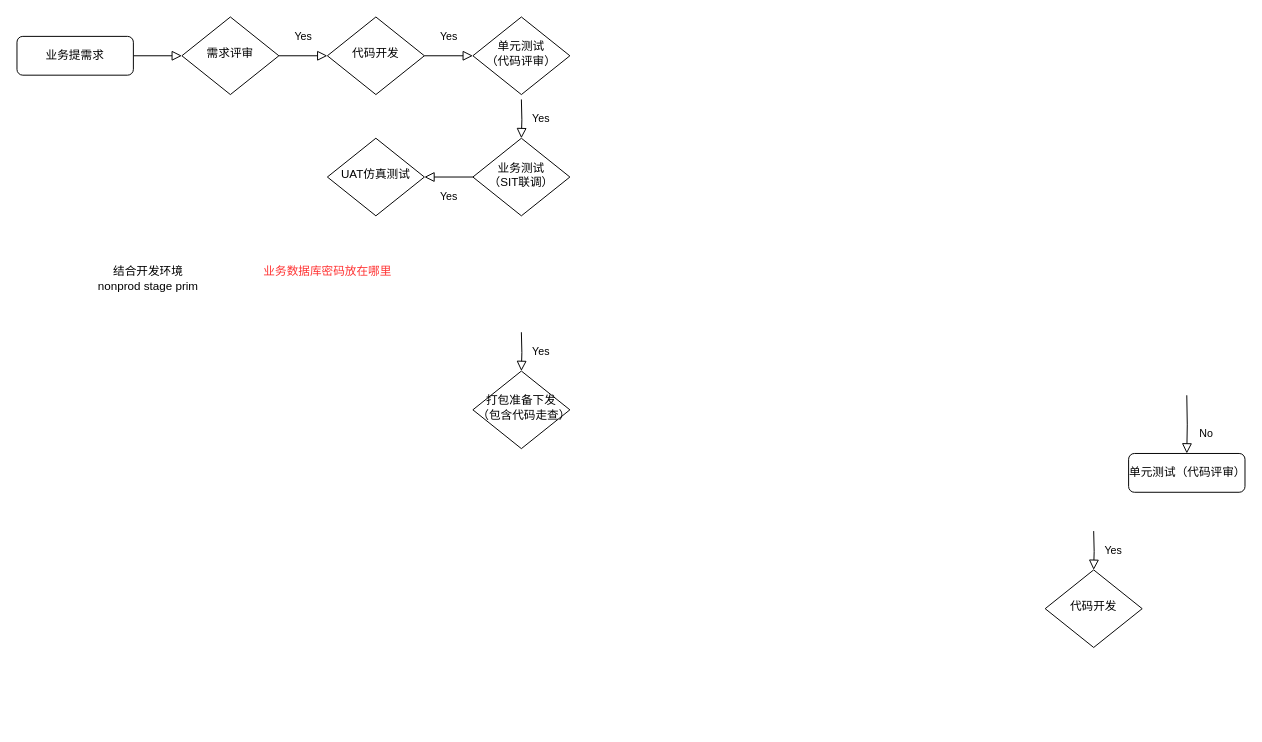
The draw.io diagram 代码上线流程/EMR实时代码上线流程.drawio in JonStarkdu/drawio, before the edit. Source tidied: cells renumbered, new cells numbered last; positions are measured from the earlier drawing's top-left corner, leaving out a move shared by most shapes. Both pictures are drawn from the tidied source at 97%, with x=0, y=0 at pixel (16, 16).
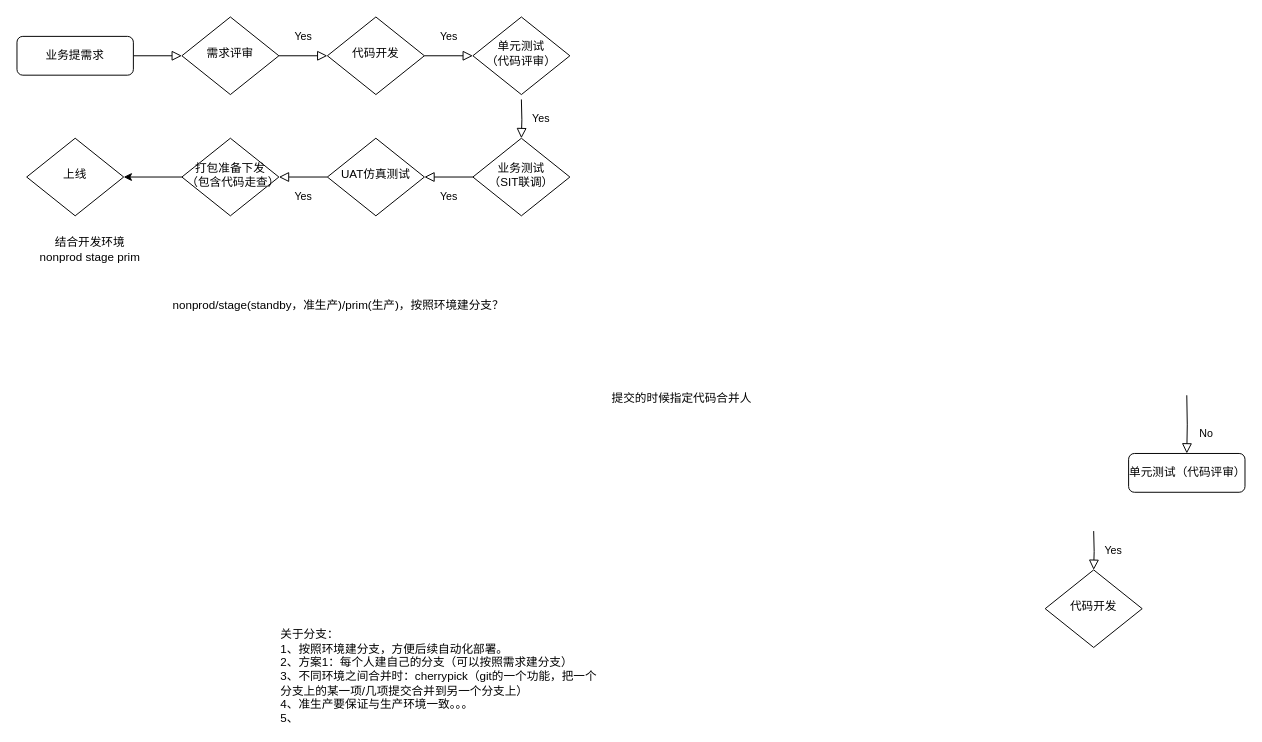
After the change.

Commit message:
Update EMR实时代码上线流程.drawio

Unchanged cells that the change refers to:
```xml
<mxCell id="16" value="UAT仿真测试" style="rhombus;whiteSpace=wrap;html=1;shadow=0;fontFamily=Helvetica;fontSize=12;align=center;strokeWidth=1;spacing=6;spacingTop=-4;" parent="1" vertex="1">
  <mxGeometry x="320" y="125" width="100" height="80" as="geometry" />
</mxCell>
```

Change to the diagram source:
```diff
@@
-    <mxCell id="17" value="Yes" style="rounded=0;html=1;jettySize=auto;fontSize=11;endArrow=block;endFill=0;endSize=8;strokeWidth=1;shadow=0;labelBackgroundColor=none;edgeStyle=orthogonalEdgeStyle;" parent="1" edge="1" target="18">
-      <mxGeometry y="20" relative="1" as="geometry">
-        <mxPoint x="520" y="325" as="sourcePoint" />
-      </mxGeometry>
+    <mxCell id="17" value="Yes" style="rounded=0;html=1;jettySize=auto;fontSize=11;endArrow=block;endFill=0;endSize=8;strokeWidth=1;shadow=0;labelBackgroundColor=none;edgeStyle=orthogonalEdgeStyle;exitX=0;exitY=0.5;exitDx=0;exitDy=0;" parent="1" edge="1" source="16" target="18">
+      <mxGeometry y="20" relative="1" as="geometry" />
     </mxCell>
+    <mxCell id="21" style="edgeStyle=orthogonalEdgeStyle;rounded=0;jettySize=auto;html=1;" parent="1" edge="1" source="18" target="25">
+      <mxGeometry relative="1" as="geometry" />
+    </mxCell>
     <mxCell id="18" value="打包准备下发（包含代码走查）" style="rhombus;whiteSpace=wrap;html=1;shadow=0;fontFamily=Helvetica;fontSize=12;align=center;strokeWidth=1;spacing=6;spacingTop=-4;" parent="1" vertex="1">
-      <mxGeometry x="470" y="365" width="100" height="80" as="geometry" />
+      <mxGeometry x="170" y="125" width="100" height="80" as="geometry" />
     </mxCell>
     <mxCell id="19" value="结合开发环境&lt;br&gt;nonprod stage prim" style="text;html=1;align=center;verticalAlign=middle;strokeColor=none;fillColor=none;" parent="1" vertex="1">
-      <mxGeometry x="70" y="250" width="130" height="40" as="geometry" />
+      <mxGeometry x="10" y="220" width="130" height="40" as="geometry" />
     </mxCell>
-    <mxCell id="20" value="&lt;font color=&quot;#ff3333&quot;&gt;业务数据库密码放在哪里&lt;/font&gt;" style="text;html=1;align=center;verticalAlign=middle;strokeColor=none;fillColor=none;" parent="1" vertex="1">
-      <mxGeometry x="240" y="248" width="160" height="30" as="geometry" />
+    <mxCell id="20" value="&lt;font color=&quot;#ff3333&quot;&gt;&lt;br&gt;&lt;/font&gt;" style="text;html=1;align=left;verticalAlign=middle;strokeColor=none;fillColor=none;" parent="1" vertex="1">
+      <mxGeometry x="80" y="313" width="20" height="30" as="geometry" />
     </mxCell>
+    <mxCell id="22" value="nonprod/stage(standby，准生产)/prim(生产)，按照环境建分支？" style="text;html=1;align=center;verticalAlign=middle;strokeColor=none;fillColor=none;" parent="1" vertex="1">
+      <mxGeometry x="151" y="283" width="360" height="30" as="geometry" />
+    </mxCell>
+    <mxCell id="23" value="关于分支：&lt;br&gt;1、按照环境建分支，方便后续自动化部署。&lt;br&gt;2、方案1：每个人建自己的分支（可以按照需求建分支）&lt;br&gt;3、不同环境之间合并时：cherrypick（git的一个功能，把一个分支上的某一项/几项提交合并到另一个分支上）&lt;br&gt;4、准生产要保证与生产环境一致。。。&lt;br&gt;5、" style="text;html=1;strokeColor=none;fillColor=none;align=left;verticalAlign=middle;whiteSpace=wrap;rounded=0;" parent="1" vertex="1">
+      <mxGeometry x="270" y="630" width="340" height="100" as="geometry" />
+    </mxCell>
+    <mxCell id="24" value="提交的时候指定代码合并人" style="text;html=1;align=center;verticalAlign=middle;strokeColor=none;fillColor=none;" parent="1" vertex="1">
+      <mxGeometry x="600" y="378" width="170" height="30" as="geometry" />
+    </mxCell>
+    <mxCell id="25" value="上线" style="rhombus;whiteSpace=wrap;html=1;shadow=0;fontFamily=Helvetica;fontSize=12;align=center;strokeWidth=1;spacing=6;spacingTop=-4;" parent="1" vertex="1">
+      <mxGeometry x="10" y="125" width="100" height="80" as="geometry" />
+    </mxCell>
```
